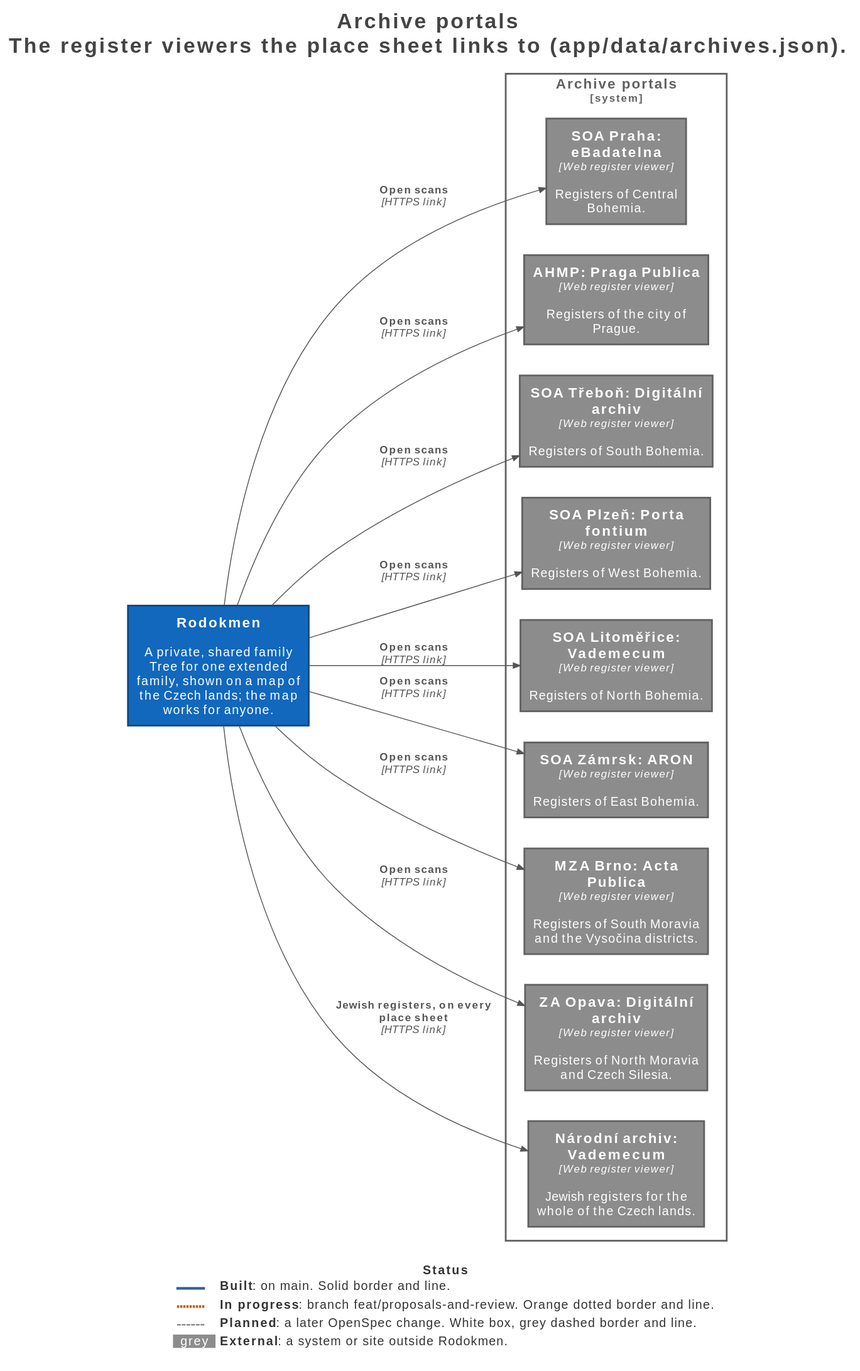
The PlantUML diagram docs/architecture/generated/svg/05-archive-portals.svg in xjrk58/rodokmen-app, before a commit. The source it was exported from:
```plantuml
@startuml
title <size:24>Archive portals</size>\n<size:24>The register viewers the place sheet links to (app/data/archives.json).</size>

set separator none
left to right direction

skinparam {
}

<style>
  root {
    BackgroundColor: #ffffff
    FontColor: #444444
  }
</style>

!include <C4/C4>
!include <C4/C4_Context>
!include <C4/C4_Container>

!include ../../legend.puml

AddElementTag("Software System,Built", $bgColor="#1168bd", $borderColor="#0b4884", $fontColor="#ffffff", $sprite="", $shadowing="", $borderStyle="solid", $borderThickness="2")
AddElementTag("Container,External,Built", $bgColor="#8c8c8c", $borderColor="#616161", $fontColor="#ffffff", $sprite="", $shadowing="", $borderStyle="solid", $borderThickness="2")

AddRelTag("Built", $textColor="#555555", $lineColor="#555555", $lineStyle = "")

AddBoundaryTag("Software System,External,Built", $bgColor="#ffffff", $borderColor="#616161", $fontColor="#616161", $shadowing="", $borderStyle="solid", $borderThickness="2")

System(Rodokmen, "Rodokmen", $descr="A private, shared family Tree for one extended family, shown on a map of the Czech lands; the map works for anyone.", $tags="Software System,Built", $link="")

System_Boundary("Archiveportals_boundary", "Archive portals", $tags="Software System,External,Built") {
  Container(Archiveportals.SOAPrahaeBadatelna, "SOA Praha: eBadatelna", $techn="Web register viewer", $descr="Registers of Central Bohemia.", $tags="Container,External,Built", $link="")
  Container(Archiveportals.AHMPPragaPublica, "AHMP: Praga Publica", $techn="Web register viewer", $descr="Registers of the city of Prague.", $tags="Container,External,Built", $link="")
  Container(Archiveportals.SOATřeboňDigitálníarchiv, "SOA Třeboň: Digitální archiv", $techn="Web register viewer", $descr="Registers of South Bohemia.", $tags="Container,External,Built", $link="")
  Container(Archiveportals.SOAPlzeňPortafontium, "SOA Plzeň: Porta fontium", $techn="Web register viewer", $descr="Registers of West Bohemia.", $tags="Container,External,Built", $link="")
  Container(Archiveportals.SOALitoměřiceVademecum, "SOA Litoměřice: Vademecum", $techn="Web register viewer", $descr="Registers of North Bohemia.", $tags="Container,External,Built", $link="")
  Container(Archiveportals.SOAZámrskARON, "SOA Zámrsk: ARON", $techn="Web register viewer", $descr="Registers of East Bohemia.", $tags="Container,External,Built", $link="")
  Container(Archiveportals.MZABrnoActaPublica, "MZA Brno: Acta Publica", $techn="Web register viewer", $descr="Registers of South Moravia and the Vysočina districts.", $tags="Container,External,Built", $link="")
  Container(Archiveportals.ZAOpavaDigitálníarchiv, "ZA Opava: Digitální archiv", $techn="Web register viewer", $descr="Registers of North Moravia and Czech Silesia.", $tags="Container,External,Built", $link="")
  Container(Archiveportals.NárodníarchivVademecum, "Národní archiv: Vademecum", $techn="Web register viewer", $descr="Jewish registers for the whole of the Czech lands.", $tags="Container,External,Built", $link="")
}

Rel(Rodokmen, Archiveportals.MZABrnoActaPublica, "Open scans", $techn="HTTPS link", $tags="Built", $link="")
Rel(Rodokmen, Archiveportals.ZAOpavaDigitálníarchiv, "Open scans", $techn="HTTPS link", $tags="Built", $link="")
Rel(Rodokmen, Archiveportals.NárodníarchivVademecum, "Jewish registers, on every place sheet", $techn="HTTPS link", $tags="Built", $link="")
Rel(Rodokmen, Archiveportals.SOAPrahaeBadatelna, "Open scans", $techn="HTTPS link", $tags="Built", $link="")
Rel(Rodokmen, Archiveportals.AHMPPragaPublica, "Open scans", $techn="HTTPS link", $tags="Built", $link="")
Rel(Rodokmen, Archiveportals.SOATřeboňDigitálníarchiv, "Open scans", $techn="HTTPS link", $tags="Built", $link="")
Rel(Rodokmen, Archiveportals.SOAPlzeňPortafontium, "Open scans", $techn="HTTPS link", $tags="Built", $link="")
Rel(Rodokmen, Archiveportals.SOALitoměřiceVademecum, "Open scans", $techn="HTTPS link", $tags="Built", $link="")
Rel(Rodokmen, Archiveportals.SOAZámrskARON, "Open scans", $techn="HTTPS link", $tags="Built", $link="")

SHOW_LEGEND(true)
hide stereotypes
@enduml
```
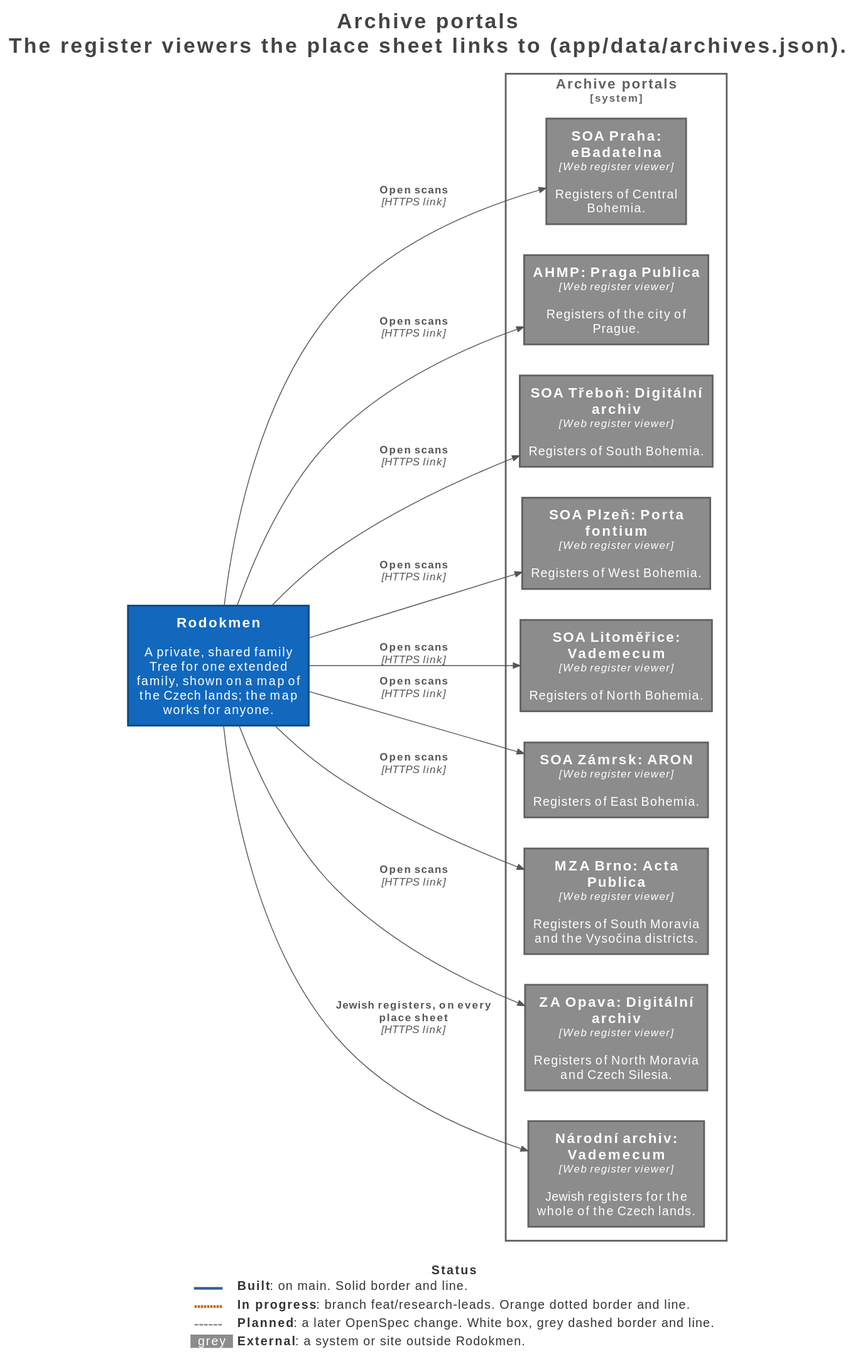
Later version of the same file.

The edit, as a diff of the source:
```diff
@@ -41,15 +41,15 @@
   Container(Archiveportals.NárodníarchivVademecum, "Národní archiv: Vademecum", $techn="Web register viewer", $descr="Jewish registers for the whole of the Czech lands.", $tags="Container,External,Built", $link="")
 }
 
-Rel(Rodokmen, Archiveportals.MZABrnoActaPublica, "Open scans", $techn="HTTPS link", $tags="Built", $link="")
-Rel(Rodokmen, Archiveportals.ZAOpavaDigitálníarchiv, "Open scans", $techn="HTTPS link", $tags="Built", $link="")
-Rel(Rodokmen, Archiveportals.NárodníarchivVademecum, "Jewish registers, on every place sheet", $techn="HTTPS link", $tags="Built", $link="")
-Rel(Rodokmen, Archiveportals.SOAPrahaeBadatelna, "Open scans", $techn="HTTPS link", $tags="Built", $link="")
 Rel(Rodokmen, Archiveportals.AHMPPragaPublica, "Open scans", $techn="HTTPS link", $tags="Built", $link="")
 Rel(Rodokmen, Archiveportals.SOATřeboňDigitálníarchiv, "Open scans", $techn="HTTPS link", $tags="Built", $link="")
 Rel(Rodokmen, Archiveportals.SOAPlzeňPortafontium, "Open scans", $techn="HTTPS link", $tags="Built", $link="")
 Rel(Rodokmen, Archiveportals.SOALitoměřiceVademecum, "Open scans", $techn="HTTPS link", $tags="Built", $link="")
 Rel(Rodokmen, Archiveportals.SOAZámrskARON, "Open scans", $techn="HTTPS link", $tags="Built", $link="")
+Rel(Rodokmen, Archiveportals.MZABrnoActaPublica, "Open scans", $techn="HTTPS link", $tags="Built", $link="")
+Rel(Rodokmen, Archiveportals.ZAOpavaDigitálníarchiv, "Open scans", $techn="HTTPS link", $tags="Built", $link="")
+Rel(Rodokmen, Archiveportals.NárodníarchivVademecum, "Jewish registers, on every place sheet", $techn="HTTPS link", $tags="Built", $link="")
+Rel(Rodokmen, Archiveportals.SOAPrahaeBadatelna, "Open scans", $techn="HTTPS link", $tags="Built", $link="")
 
 SHOW_LEGEND(true)
 hide stereotypes
```
